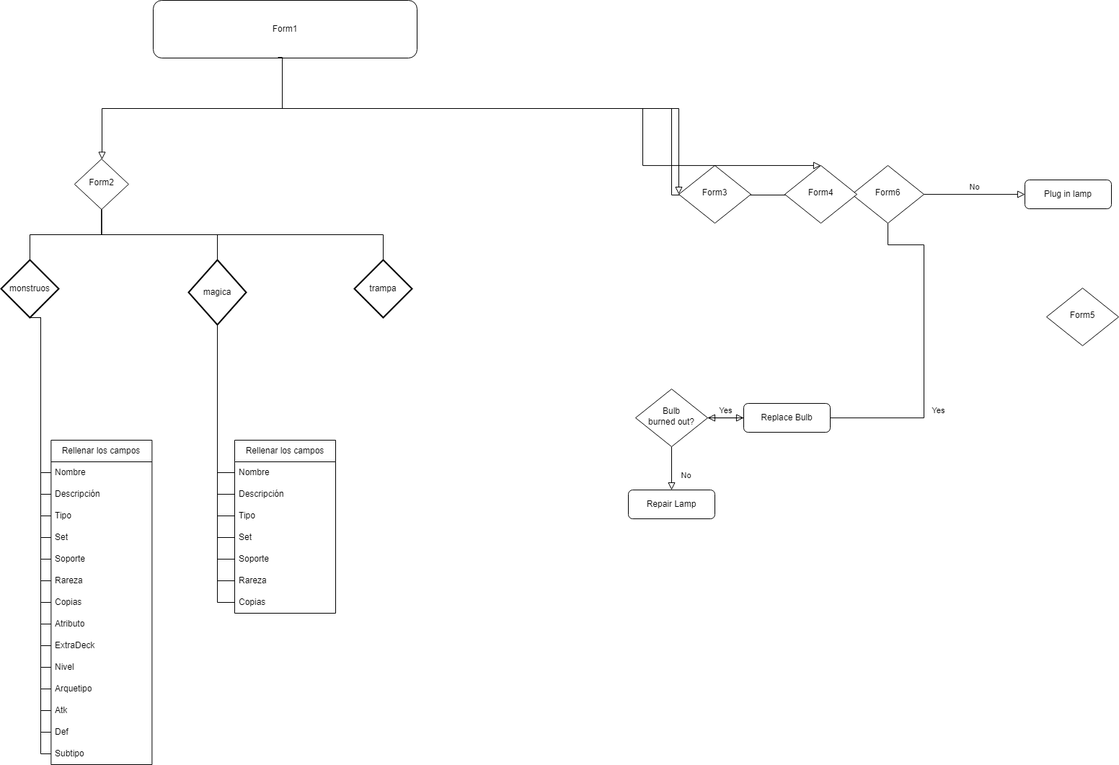
ivansanjose1/TFG keeps this draw.io diagram as SerializableYugi/diagrama.drawio.png. Above is the earlier version. Source tidied: cells renumbered, new cells last; positions are measured from the earlier drawing's top-left corner, leaving out a move shared by most shapes.
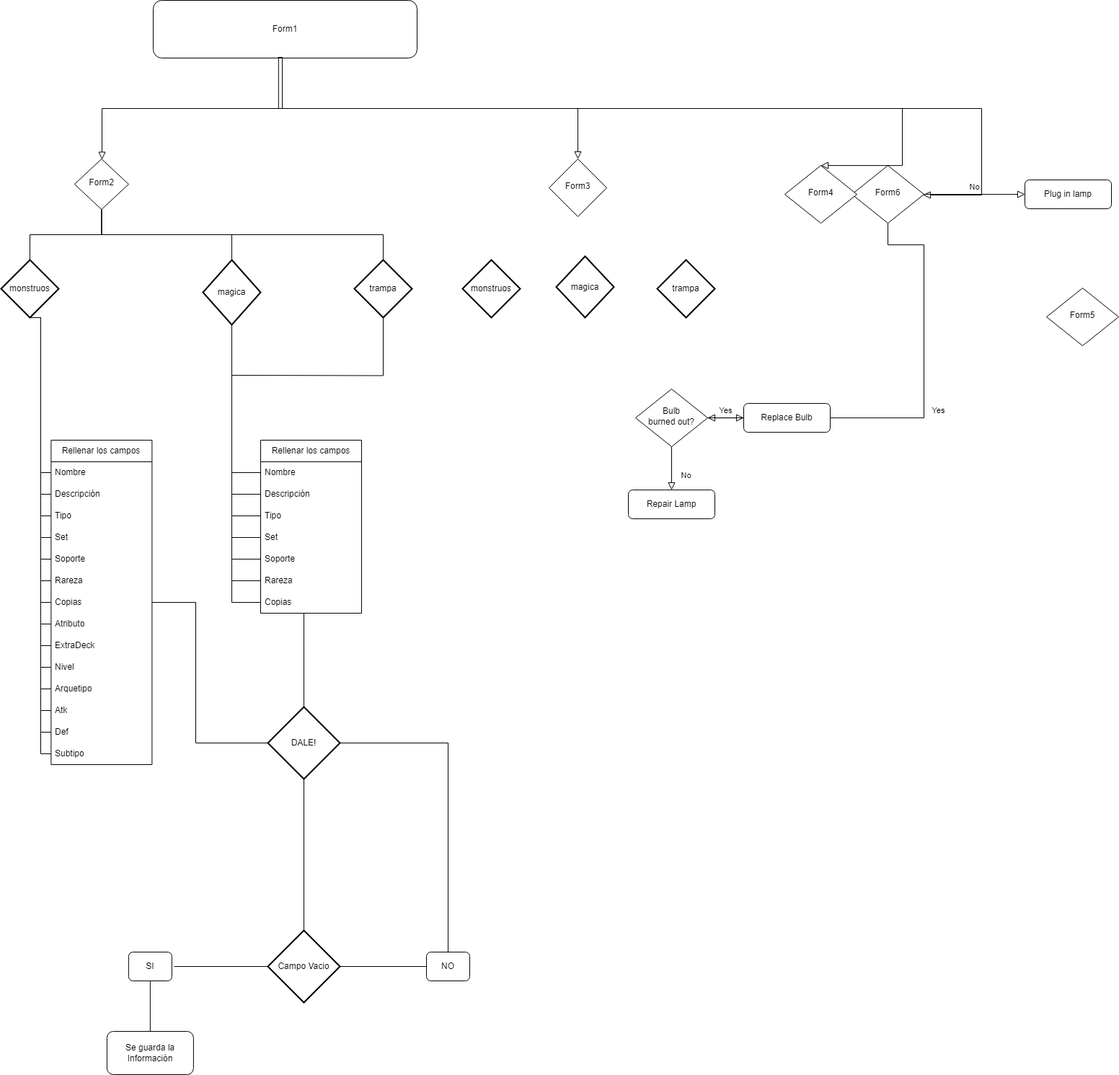
After the commit.

Diff of the diagram source:
```diff
@@ -6,8 +6,8 @@
       <mxGeometry relative="1" as="geometry">
         <Array as="points">
           <mxPoint x="390" y="150" />
-          <mxPoint x="930" y="150" />
-          <mxPoint x="930" y="270" />
+          <mxPoint x="1360" y="150" />
+          <mxPoint x="1360" y="270" />
         </Array>
       </mxGeometry>
     </mxCell>
@@ -60,27 +60,21 @@
       </mxGeometry>
     </mxCell>
     <mxCell id="15" value="Form3" style="rhombus;whiteSpace=wrap;html=1;shadow=0;fontFamily=Helvetica;fontSize=12;align=center;strokeWidth=1;spacing=6;spacingTop=-4;" parent="1" vertex="1">
-      <mxGeometry x="940" y="229.1" width="100" height="80" as="geometry" />
+      <mxGeometry x="760" y="220" width="80" height="80" as="geometry" />
     </mxCell>
     <mxCell id="16" value="Form4" style="rhombus;whiteSpace=wrap;html=1;shadow=0;fontFamily=Helvetica;fontSize=12;align=center;strokeWidth=1;spacing=6;spacingTop=-4;" parent="1" vertex="1">
       <mxGeometry x="1087" y="229.1" width="100" height="80" as="geometry" />
     </mxCell>
-    <mxCell id="17" style="rounded=0;html=1;jettySize=auto;fontSize=11;endArrow=block;endFill=0;endSize=8;strokeWidth=1;shadow=0;labelBackgroundColor=none;edgeStyle=orthogonalEdgeStyle;exitX=0.475;exitY=1;exitDx=0;exitDy=0;exitPerimeter=0;" parent="1" edge="1" source="3" target="15">
-      <mxGeometry relative="1" as="geometry">
-        <Array as="points">
-          <mxPoint x="390" y="80" />
-          <mxPoint x="390" y="150" />
-          <mxPoint x="940" y="150" />
-        </Array>
-      </mxGeometry>
+    <mxCell id="17" style="rounded=0;html=1;jettySize=auto;fontSize=11;endArrow=block;endFill=0;endSize=8;strokeWidth=1;shadow=0;labelBackgroundColor=none;edgeStyle=elbowEdgeStyle;exitX=0.475;exitY=1;exitDx=0;exitDy=0;exitPerimeter=0;entryX=0.5;entryY=0;entryDx=0;entryDy=0;elbow=vertical;" parent="1" edge="1" source="3" target="15">
+      <mxGeometry relative="1" as="geometry" />
     </mxCell>
     <mxCell id="18" style="rounded=0;html=1;jettySize=auto;fontSize=11;endArrow=block;endFill=0;endSize=8;strokeWidth=1;shadow=0;labelBackgroundColor=none;edgeStyle=orthogonalEdgeStyle;exitX=0.5;exitY=1;exitDx=0;exitDy=0;entryX=0.5;entryY=0;entryDx=0;entryDy=0;" parent="1" edge="1" source="3" target="16">
       <mxGeometry relative="1" as="geometry">
         <Array as="points">
           <mxPoint x="390" y="80" />
           <mxPoint x="390" y="150" />
-          <mxPoint x="890" y="150" />
-          <mxPoint x="890" y="229" />
+          <mxPoint x="1250" y="150" />
+          <mxPoint x="1250" y="229" />
         </Array>
       </mxGeometry>
     </mxCell>
@@ -91,7 +85,7 @@
       <mxGeometry y="360" width="80" height="80" as="geometry" />
     </mxCell>
     <mxCell id="21" value="magica" style="strokeWidth=2;html=1;shape=mxgraph.flowchart.decision;whiteSpace=wrap;" parent="1" vertex="1">
-      <mxGeometry x="260" y="360" width="80" height="90" as="geometry" />
+      <mxGeometry x="280" y="360" width="80" height="90" as="geometry" />
     </mxCell>
     <mxCell id="22" value="trampa" style="strokeWidth=2;html=1;shape=mxgraph.flowchart.decision;whiteSpace=wrap;" parent="1" vertex="1">
       <mxGeometry x="490" y="360" width="80" height="80" as="geometry" />
@@ -193,7 +187,7 @@
       <mxGeometry relative="1" as="geometry" />
     </mxCell>
     <mxCell id="55" value="Rellenar los campos" style="swimlane;fontStyle=0;horizontal=1;startSize=30;whiteSpace=wrap;html=1;rotation=0;" parent="1" vertex="1">
-      <mxGeometry x="324" y="610" width="140" height="240" as="geometry" />
+      <mxGeometry x="360" y="610" width="140" height="240" as="geometry" />
     </mxCell>
     <mxCell id="56" value="Nombre" style="text;strokeColor=none;fillColor=none;align=left;verticalAlign=middle;spacingLeft=4;spacingRight=4;overflow=hidden;points=[[0,0.5],[1,0.5]];portConstraint=eastwest;whiteSpace=wrap;html=1;rotation=0;" parent="55" vertex="1">
       <mxGeometry y="30" width="140" height="30" as="geometry" />
@@ -217,25 +211,124 @@
       <mxGeometry y="210" width="140" height="30" as="geometry" />
     </mxCell>
     <mxCell id="63" style="endArrow=none;html=1;rounded=0;entryX=0.5;entryY=1;entryDx=0;entryDy=0;entryPerimeter=0;exitX=0;exitY=0.5;exitDx=0;exitDy=0;edgeStyle=orthogonalEdgeStyle;" parent="1" edge="1" source="56" target="21">
-      <mxGeometry relative="1" as="geometry" />
+      <mxGeometry relative="1" as="geometry">
+        <Array as="points">
+          <mxPoint x="320" y="655" />
+          <mxPoint x="320" y="450" />
+        </Array>
+      </mxGeometry>
     </mxCell>
     <mxCell id="64" style="endArrow=none;html=1;rounded=0;entryX=0.5;entryY=1;entryDx=0;entryDy=0;entryPerimeter=0;exitX=0;exitY=0.5;exitDx=0;exitDy=0;edgeStyle=orthogonalEdgeStyle;" parent="1" edge="1" source="57" target="21">
-      <mxGeometry relative="1" as="geometry" />
+      <mxGeometry relative="1" as="geometry">
+        <Array as="points">
+          <mxPoint x="320" y="685" />
+          <mxPoint x="320" y="450" />
+        </Array>
+      </mxGeometry>
     </mxCell>
     <mxCell id="65" style="endArrow=none;html=1;rounded=0;entryX=0.5;entryY=1;entryDx=0;entryDy=0;entryPerimeter=0;exitX=0;exitY=0.5;exitDx=0;exitDy=0;edgeStyle=orthogonalEdgeStyle;" parent="1" edge="1" source="58" target="21">
-      <mxGeometry relative="1" as="geometry" />
+      <mxGeometry relative="1" as="geometry">
+        <Array as="points">
+          <mxPoint x="320" y="715" />
+          <mxPoint x="320" y="450" />
+        </Array>
+      </mxGeometry>
     </mxCell>
     <mxCell id="66" style="endArrow=none;html=1;rounded=0;entryX=0.5;entryY=1;entryDx=0;entryDy=0;entryPerimeter=0;exitX=0;exitY=0.5;exitDx=0;exitDy=0;edgeStyle=orthogonalEdgeStyle;" parent="1" edge="1" source="59" target="21">
-      <mxGeometry relative="1" as="geometry" />
+      <mxGeometry relative="1" as="geometry">
+        <Array as="points">
+          <mxPoint x="320" y="745" />
+          <mxPoint x="320" y="450" />
+        </Array>
+      </mxGeometry>
     </mxCell>
     <mxCell id="67" style="endArrow=none;html=1;rounded=0;entryX=0.5;entryY=1;entryDx=0;entryDy=0;entryPerimeter=0;exitX=0;exitY=0.5;exitDx=0;exitDy=0;edgeStyle=orthogonalEdgeStyle;" parent="1" edge="1" source="60" target="21">
-      <mxGeometry relative="1" as="geometry" />
+      <mxGeometry relative="1" as="geometry">
+        <Array as="points">
+          <mxPoint x="320" y="775" />
+          <mxPoint x="320" y="450" />
+        </Array>
+      </mxGeometry>
     </mxCell>
     <mxCell id="68" style="endArrow=none;html=1;rounded=0;entryX=0.5;entryY=1;entryDx=0;entryDy=0;entryPerimeter=0;exitX=0;exitY=0.5;exitDx=0;exitDy=0;edgeStyle=orthogonalEdgeStyle;" parent="1" edge="1" source="61" target="21">
-      <mxGeometry relative="1" as="geometry" />
+      <mxGeometry relative="1" as="geometry">
+        <Array as="points">
+          <mxPoint x="320" y="805" />
+          <mxPoint x="320" y="450" />
+        </Array>
+      </mxGeometry>
     </mxCell>
     <mxCell id="69" style="endArrow=none;html=1;rounded=0;entryX=0.5;entryY=1;entryDx=0;entryDy=0;entryPerimeter=0;exitX=0;exitY=0.5;exitDx=0;exitDy=0;edgeStyle=orthogonalEdgeStyle;" parent="1" edge="1" source="62" target="21">
-      <mxGeometry relative="1" as="geometry" />
+      <mxGeometry relative="1" as="geometry">
+        <Array as="points">
+          <mxPoint x="320" y="835" />
+          <mxPoint x="320" y="450" />
+        </Array>
+      </mxGeometry>
     </mxCell>
+    <mxCell id="70" style="endArrow=none;html=1;rounded=0;entryX=0.5;entryY=1;entryDx=0;entryDy=0;entryPerimeter=0;edgeStyle=orthogonalEdgeStyle;" parent="1" edge="1" target="22">
+      <mxGeometry relative="1" as="geometry">
+        <mxPoint x="320" y="520" as="sourcePoint" />
+      </mxGeometry>
+    </mxCell>
+    <mxCell id="71" style="endArrow=none;html=1;rounded=0;edgeStyle=orthogonalEdgeStyle;entryX=0;entryY=0.5;entryDx=0;entryDy=0;entryPerimeter=0;" parent="1" edge="1" source="23" target="72">
+      <mxGeometry relative="1" as="geometry">
+        <Array as="points">
+          <mxPoint x="270" y="835" />
+          <mxPoint x="270" y="1030" />
+        </Array>
+      </mxGeometry>
+    </mxCell>
+    <mxCell id="72" value="DALE!" style="strokeWidth=2;html=1;shape=mxgraph.flowchart.decision;whiteSpace=wrap;" parent="1" vertex="1">
+      <mxGeometry x="370" y="980" width="100" height="100" as="geometry" />
+    </mxCell>
+    <mxCell id="73" style="endArrow=none;html=1;rounded=0;entryX=0.5;entryY=0;entryDx=0;entryDy=0;entryPerimeter=0;edgeStyle=orthogonalEdgeStyle;" parent="1" edge="1" source="55" target="72">
+      <mxGeometry relative="1" as="geometry">
+        <Array as="points">
+          <mxPoint x="420" y="890" />
+          <mxPoint x="420" y="890" />
+        </Array>
+      </mxGeometry>
+    </mxCell>
+    <mxCell id="74" style="endArrow=none;html=1;rounded=0;exitX=0.5;exitY=0;exitDx=0;exitDy=0;entryX=0.5;entryY=1;entryDx=0;entryDy=0;entryPerimeter=0;exitPerimeter=0;" parent="1" edge="1" source="75" target="72">
+      <mxGeometry relative="1" as="geometry" />
+    </mxCell>
+    <mxCell id="75" value="Campo Vacio" style="strokeWidth=2;html=1;shape=mxgraph.flowchart.decision;whiteSpace=wrap;" parent="1" vertex="1">
+      <mxGeometry x="370" y="1290" width="100" height="100" as="geometry" />
+    </mxCell>
+    <mxCell id="76" style="endArrow=none;html=1;rounded=0;" parent="1" edge="1" target="75">
+      <mxGeometry relative="1" as="geometry">
+        <mxPoint x="240" y="1340" as="sourcePoint" />
+      </mxGeometry>
+    </mxCell>
+    <mxCell id="77" value="SI" style="rounded=1;whiteSpace=wrap;html=1;direction=west;" parent="1" vertex="1">
+      <mxGeometry x="176.9" y="1320" width="60" height="40" as="geometry" />
+    </mxCell>
+    <mxCell id="78" style="endArrow=none;html=1;rounded=0;exitX=0.5;exitY=0;exitDx=0;exitDy=0;" parent="1" edge="1" source="77" target="79">
+      <mxGeometry relative="1" as="geometry" />
+    </mxCell>
+    <mxCell id="79" value="Se guarda la Información" style="rounded=1;whiteSpace=wrap;html=1;" parent="1" vertex="1">
+      <mxGeometry x="146.9" y="1430" width="120" height="60" as="geometry" />
+    </mxCell>
+    <mxCell id="80" value="NO" style="rounded=1;whiteSpace=wrap;html=1;direction=west;" parent="1" vertex="1">
+      <mxGeometry x="590" y="1320" width="60" height="40" as="geometry" />
+    </mxCell>
+    <mxCell id="81" style="endArrow=none;html=1;rounded=0;entryX=1;entryY=0.5;entryDx=0;entryDy=0;" parent="1" edge="1" target="80">
+      <mxGeometry relative="1" as="geometry">
+        <mxPoint x="470" y="1340" as="sourcePoint" />
+      </mxGeometry>
+    </mxCell>
+    <mxCell id="82" style="endArrow=none;html=1;rounded=0;entryX=0.5;entryY=1;entryDx=0;entryDy=0;exitX=1;exitY=0.5;exitDx=0;exitDy=0;exitPerimeter=0;edgeStyle=orthogonalEdgeStyle;" parent="1" edge="1" source="72" target="80">
+      <mxGeometry relative="1" as="geometry" />
+    </mxCell>
+    <mxCell id="83" value="monstruos" style="strokeWidth=2;html=1;shape=mxgraph.flowchart.decision;whiteSpace=wrap;" parent="1" vertex="1">
+      <mxGeometry x="640" y="360" width="80" height="80" as="geometry" />
+    </mxCell>
+    <mxCell id="84" value="magica" style="strokeWidth=2;html=1;shape=mxgraph.flowchart.decision;whiteSpace=wrap;" parent="1" vertex="1">
+      <mxGeometry x="770" y="355" width="80" height="85" as="geometry" />
+    </mxCell>
+    <mxCell id="85" value="trampa" style="strokeWidth=2;html=1;shape=mxgraph.flowchart.decision;whiteSpace=wrap;" parent="1" vertex="1">
+      <mxGeometry x="910" y="360" width="80" height="80" as="geometry" />
+    </mxCell>
   </root>
 </mxGraphModel>
```
